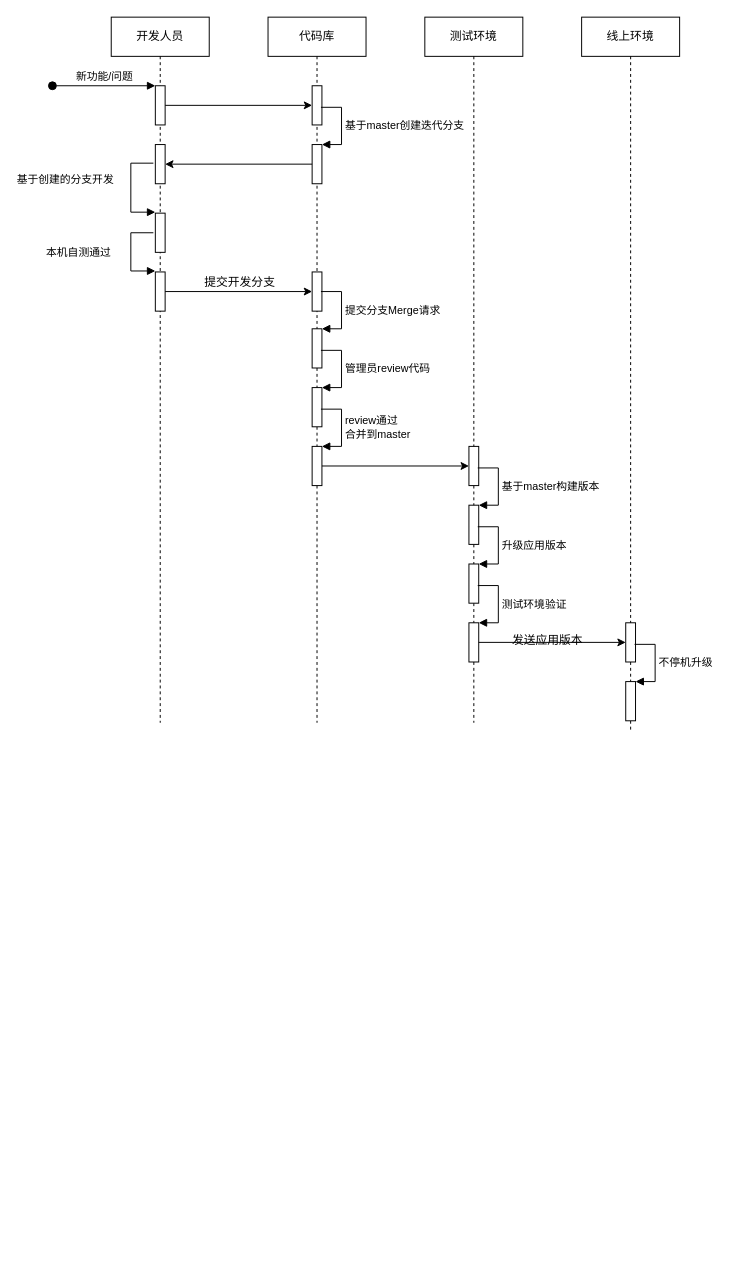
Earlier version of the draw.io diagram devflow.drawio (trey03/draw). Source tidied: cells renumbered, new cells numbered last; positions are measured from the earlier drawing's top-left corner, leaving out a move shared by most shapes. Both pictures are drawn from the tidied source at 98%, with x=0, y=0 at pixel (52, 17).
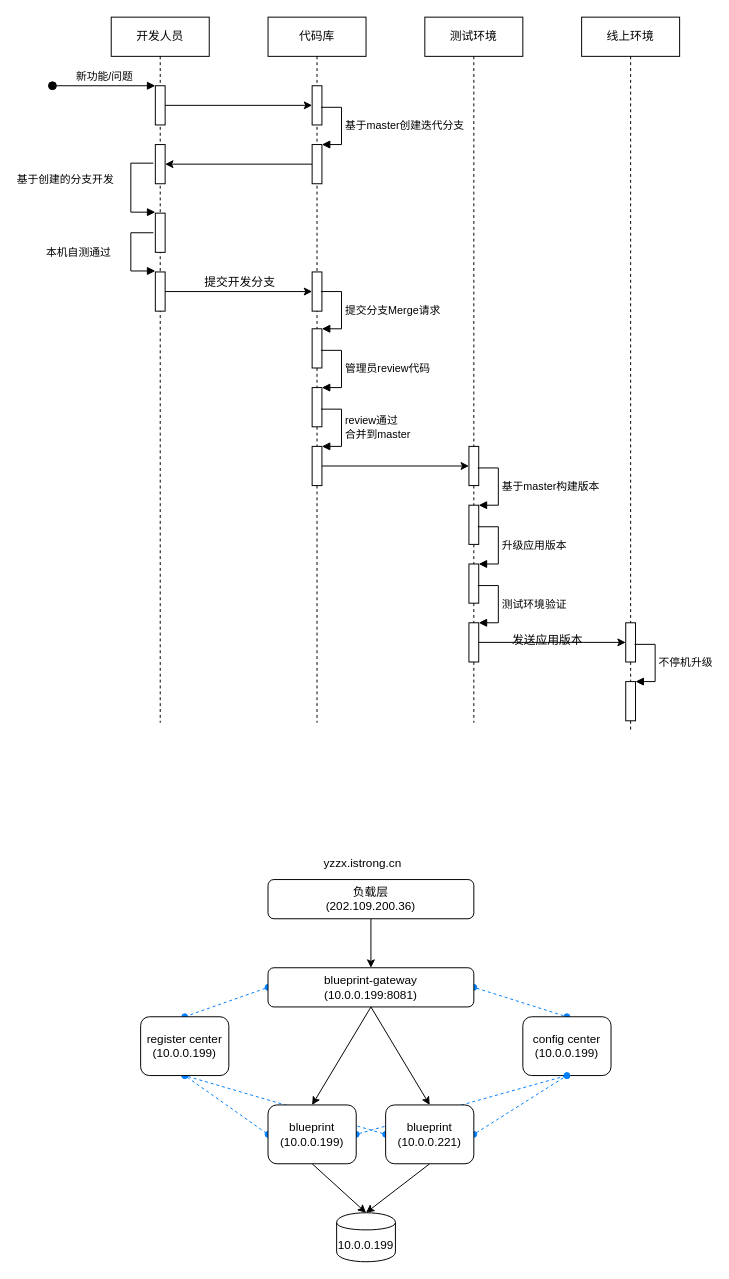
Above is the later version.

The edit, as a diff of the source:
```diff
@@
+    <mxCell id="40" style="edgeStyle=orthogonalEdgeStyle;rounded=0;jettySize=auto;html=1;exitX=0.5;exitY=1;exitDx=0;exitDy=0;" parent="1" edge="1" source="41" target="45">
+      <mxGeometry relative="1" as="geometry" />
+    </mxCell>
+    <mxCell id="41" value="负载层&lt;br&gt;(202.109.200.36)" style="rounded=1;whiteSpace=wrap;html=1;" parent="1" vertex="1">
+      <mxGeometry x="220" y="880" width="210" height="40" as="geometry" />
+    </mxCell>
+    <mxCell id="42" style="rounded=0;jettySize=auto;html=1;exitX=0.5;exitY=1;exitDx=0;exitDy=0;entryX=0.5;entryY=0;entryDx=0;entryDy=0;" parent="1" edge="1" source="45" target="57">
+      <mxGeometry relative="1" as="geometry" />
+    </mxCell>
+    <mxCell id="43" style="edgeStyle=none;rounded=0;jettySize=auto;html=1;exitX=0;exitY=0.5;exitDx=0;exitDy=0;entryX=0.5;entryY=0;entryDx=0;entryDy=0;startArrow=oval;startFill=1;strokeColor=#007FFF;endArrow=oval;endFill=1;dashed=1;" parent="1" edge="1" source="45" target="54">
+      <mxGeometry relative="1" as="geometry" />
+    </mxCell>
+    <mxCell id="44" style="edgeStyle=none;rounded=0;jettySize=auto;html=1;exitX=1;exitY=0.5;exitDx=0;exitDy=0;entryX=0.5;entryY=0;entryDx=0;entryDy=0;startArrow=oval;startFill=1;strokeColor=#007FFF;endArrow=oval;endFill=1;dashed=1;" parent="1" edge="1" source="45" target="55">
+      <mxGeometry relative="1" as="geometry" />
+    </mxCell>
+    <mxCell id="45" value="blueprint-gateway&lt;br&gt;(10.0.0.199:8081)" style="rounded=1;whiteSpace=wrap;html=1;" parent="1" vertex="1">
+      <mxGeometry x="220" y="970" width="210" height="40" as="geometry" />
+    </mxCell>
+    <mxCell id="46" style="edgeStyle=none;rounded=0;jettySize=auto;html=1;exitX=0.5;exitY=1;exitDx=0;exitDy=0;entryX=0.5;entryY=0;entryDx=0;entryDy=0;" parent="1" edge="1" source="57" target="52">
+      <mxGeometry relative="1" as="geometry" />
+    </mxCell>
+    <mxCell id="47" style="edgeStyle=none;rounded=0;jettySize=auto;html=1;exitX=0.5;exitY=1;exitDx=0;exitDy=0;entryX=0.5;entryY=0;entryDx=0;entryDy=0;" parent="1" edge="1" source="58" target="52">
+      <mxGeometry relative="1" as="geometry" />
+    </mxCell>
+    <mxCell id="48" style="edgeStyle=none;rounded=0;jettySize=auto;html=1;exitX=1;exitY=0.5;exitDx=0;exitDy=0;entryX=0.5;entryY=1;entryDx=0;entryDy=0;startArrow=oval;startFill=1;strokeColor=#007FFF;endArrow=oval;endFill=1;dashed=1;" parent="1" edge="1" source="58" target="55">
+      <mxGeometry relative="1" as="geometry" />
+    </mxCell>
+    <mxCell id="49" style="edgeStyle=none;rounded=0;jettySize=auto;html=1;exitX=0;exitY=0.5;exitDx=0;exitDy=0;entryX=0.5;entryY=1;entryDx=0;entryDy=0;startArrow=oval;startFill=1;strokeColor=#007FFF;endArrow=oval;endFill=1;dashed=1;" parent="1" edge="1" source="58" target="54">
+      <mxGeometry relative="1" as="geometry" />
+    </mxCell>
+    <mxCell id="50" style="rounded=0;jettySize=auto;html=1;exitX=0.5;exitY=1;exitDx=0;exitDy=0;entryX=0.5;entryY=0;entryDx=0;entryDy=0;" parent="1" edge="1" source="45" target="58">
+      <mxGeometry relative="1" as="geometry" />
+    </mxCell>
+    <mxCell id="51" value="yzzx.istrong.cn" style="text;html=1;" parent="1" vertex="1">
+      <mxGeometry x="275" y="850" width="100" height="30" as="geometry" />
+    </mxCell>
+    <mxCell id="52" value="10.0.0.199" style="shape=cylinder;whiteSpace=wrap;html=1;boundedLbl=1;backgroundOutline=1;" parent="1" vertex="1">
+      <mxGeometry x="290" y="1220" width="60" height="50" as="geometry" />
+    </mxCell>
+    <mxCell id="53" style="edgeStyle=none;rounded=0;jettySize=auto;html=1;exitX=0.5;exitY=1;exitDx=0;exitDy=0;entryX=0;entryY=0.5;entryDx=0;entryDy=0;startArrow=oval;startFill=1;strokeColor=#007FFF;endArrow=oval;endFill=1;dashed=1;" parent="1" edge="1" source="54" target="57">
+      <mxGeometry relative="1" as="geometry" />
+    </mxCell>
+    <mxCell id="54" value="register center&lt;br&gt;(10.0.0.199)" style="rounded=1;whiteSpace=wrap;html=1;" parent="1" vertex="1">
+      <mxGeometry x="90" y="1020" width="90" height="60" as="geometry" />
+    </mxCell>
+    <mxCell id="55" value="config center&lt;br&gt;(10.0.0.199)" style="rounded=1;whiteSpace=wrap;html=1;" parent="1" vertex="1">
+      <mxGeometry x="480" y="1020" width="90" height="60" as="geometry" />
+    </mxCell>
+    <mxCell id="56" style="edgeStyle=none;rounded=0;jettySize=auto;html=1;exitX=1;exitY=0.5;exitDx=0;exitDy=0;entryX=0.5;entryY=1;entryDx=0;entryDy=0;startArrow=oval;startFill=1;strokeColor=#007FFF;endArrow=oval;endFill=1;dashed=1;" parent="1" edge="1" source="57" target="55">
+      <mxGeometry relative="1" as="geometry" />
+    </mxCell>
+    <mxCell id="57" value="blueprint&lt;br&gt;(10.0.0.199)" style="rounded=1;whiteSpace=wrap;html=1;" parent="1" vertex="1">
+      <mxGeometry x="220" y="1110" width="90" height="60" as="geometry" />
+    </mxCell>
+    <mxCell id="58" value="blueprint&lt;br&gt;(10.0.0.221)" style="rounded=1;whiteSpace=wrap;html=1;" parent="1" vertex="1">
+      <mxGeometry x="340" y="1110" width="90" height="60" as="geometry" />
+    </mxCell>
```
